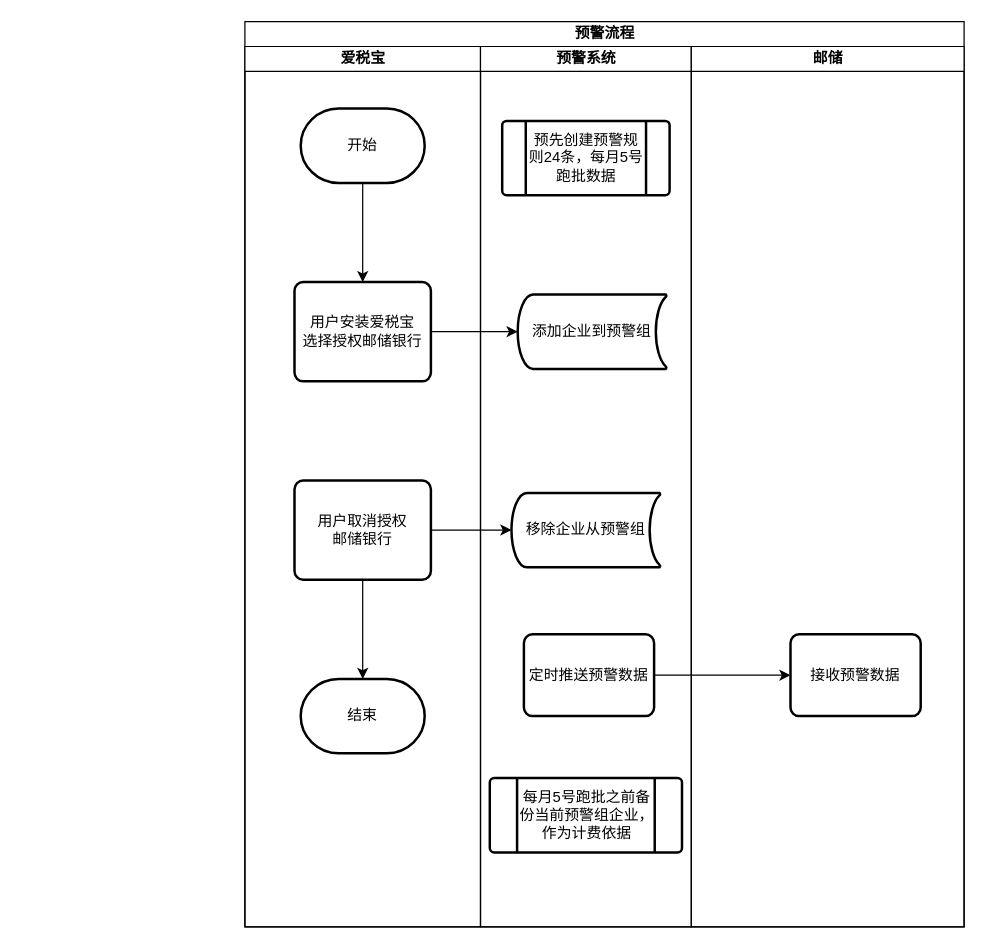
quanqiang-li/draw keeps this draw.io diagram as 江苏邮储预警报告流程.drawio. Above is the earlier version. Source tidied: cells renumbered, new cells numbered last; positions are measured from the earlier drawing's top-left corner, leaving out a move shared by most shapes. Both pictures are drawn from the tidied source at 124%, with x=0, y=0 at pixel (244, 21).
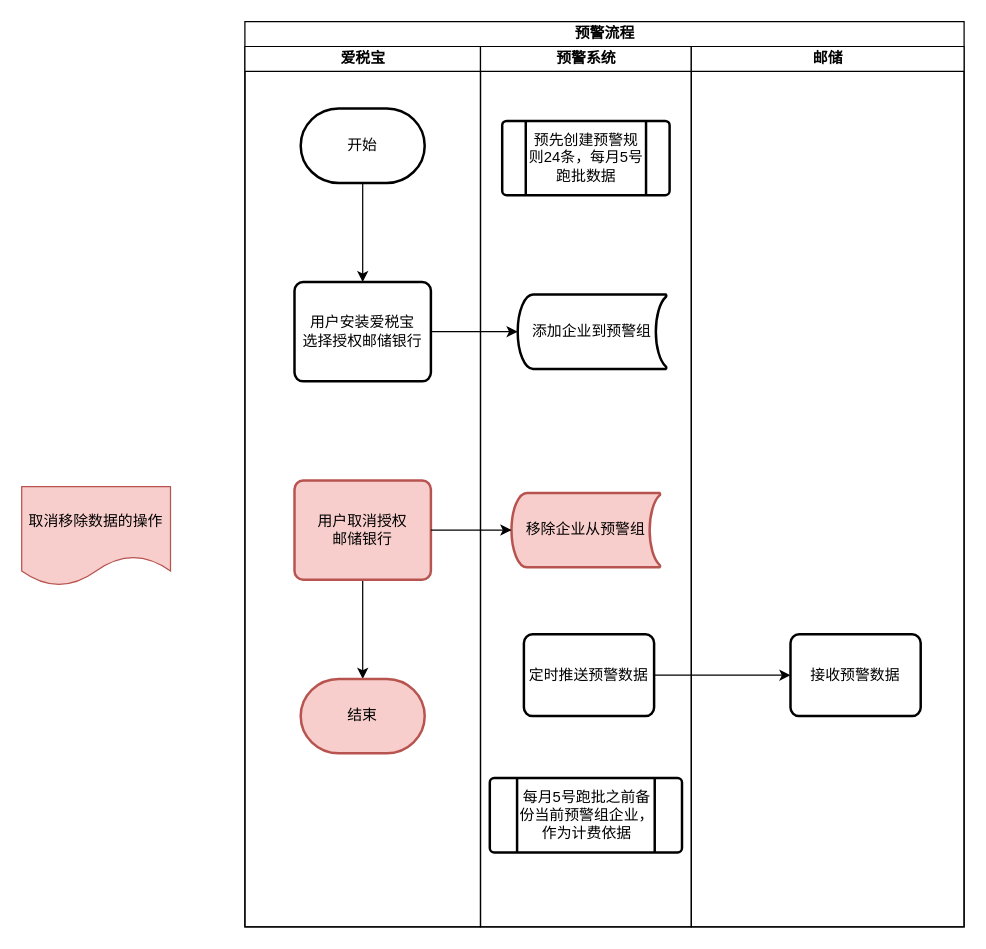
The same page after the edit.

Commit message:
更新江苏邮储预警报告流程.drawio

The change refers to these unchanged cells:
```xml
<mxCell id="3" value="爱税宝" style="swimlane;html=1;startSize=20;" parent="2" vertex="1">
  <mxGeometry y="20" width="190" height="710" as="geometry" />
</mxCell>
<mxCell id="10" value="预警系统" style="swimlane;html=1;startSize=20;" parent="2" vertex="1">
  <mxGeometry x="190" y="20" width="170" height="710" as="geometry" />
</mxCell>
```

What changed in the source:
```diff
@@
-    <mxCell id="8" value="用户取消授权&lt;br&gt;邮储银行" style="rounded=1;whiteSpace=wrap;html=1;absoluteArcSize=1;arcSize=14;strokeWidth=2;" parent="3" vertex="1">
+    <mxCell id="8" value="用户取消授权&lt;br&gt;邮储银行" style="rounded=1;whiteSpace=wrap;html=1;absoluteArcSize=1;arcSize=14;strokeWidth=2;fillColor=#f8cecc;strokeColor=#b85450;" parent="3" vertex="1">
       <mxGeometry x="40" y="350" width="110" height="80" as="geometry" />
     </mxCell>
-    <mxCell id="9" value="结束" style="strokeWidth=2;html=1;shape=mxgraph.flowchart.terminator;whiteSpace=wrap;" parent="3" vertex="1">
+    <mxCell id="9" value="结束" style="strokeWidth=2;html=1;shape=mxgraph.flowchart.terminator;whiteSpace=wrap;fillColor=#f8cecc;strokeColor=#b85450;" parent="3" vertex="1">
       <mxGeometry x="45" y="510" width="100" height="60" as="geometry" />
     </mxCell>
@@
-    <mxCell id="13" value="移除企业从预警组" style="strokeWidth=2;html=1;shape=mxgraph.flowchart.stored_data;whiteSpace=wrap;" parent="10" vertex="1">
+    <mxCell id="13" value="移除企业从预警组" style="strokeWidth=2;html=1;shape=mxgraph.flowchart.stored_data;whiteSpace=wrap;fillColor=#f8cecc;strokeColor=#b85450;" parent="10" vertex="1">
       <mxGeometry x="25" y="360" width="120" height="60" as="geometry" />
     </mxCell>
@@
+    <mxCell id="21" value="取消移除数据的操作" style="shape=document;whiteSpace=wrap;html=1;boundedLbl=1;fillColor=#f8cecc;strokeColor=#b85450;" parent="1" vertex="1">
+      <mxGeometry x="-180" y="375" width="120" height="80" as="geometry" />
+    </mxCell>
```
